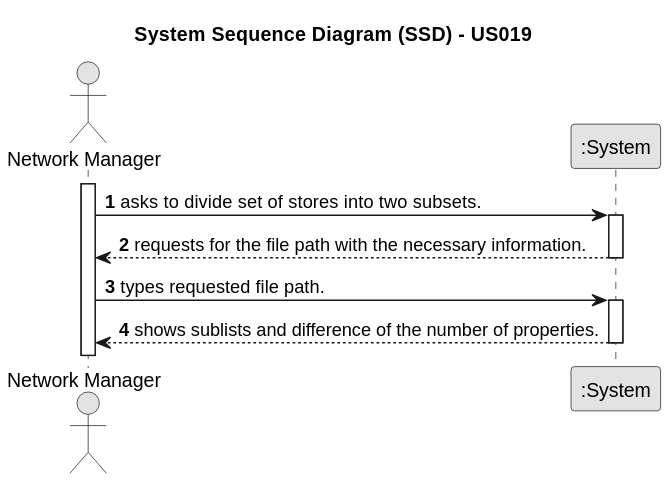
Before: docs/sprintD/us019/01.requirements-engineering/svg/us019-system-sequence-diagram.svg, a diagram exported from PlantUML (rita-barbosa/LAPR2-2223).
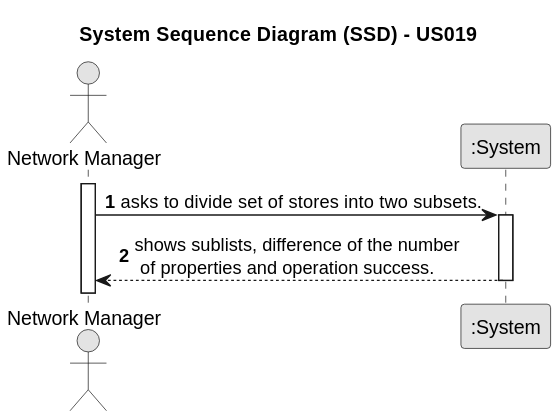
After the commit.

The edit, as a diff of the source:
```diff
@@ -14,12 +14,6 @@
     Employee -> System : asks to divide set of stores into two subsets.
     activate System
 
-        System --> Employee : requests for the file path with the necessary information.
-    deactivate System
-
-    Employee -> System : types requested file path.
-    activate System
-
-        System --> Employee : shows sublists and difference of the number of properties.
+    System --> Employee : shows sublists, difference of the number\n of properties and operation success.
     deactivate System
 @enduml
```
